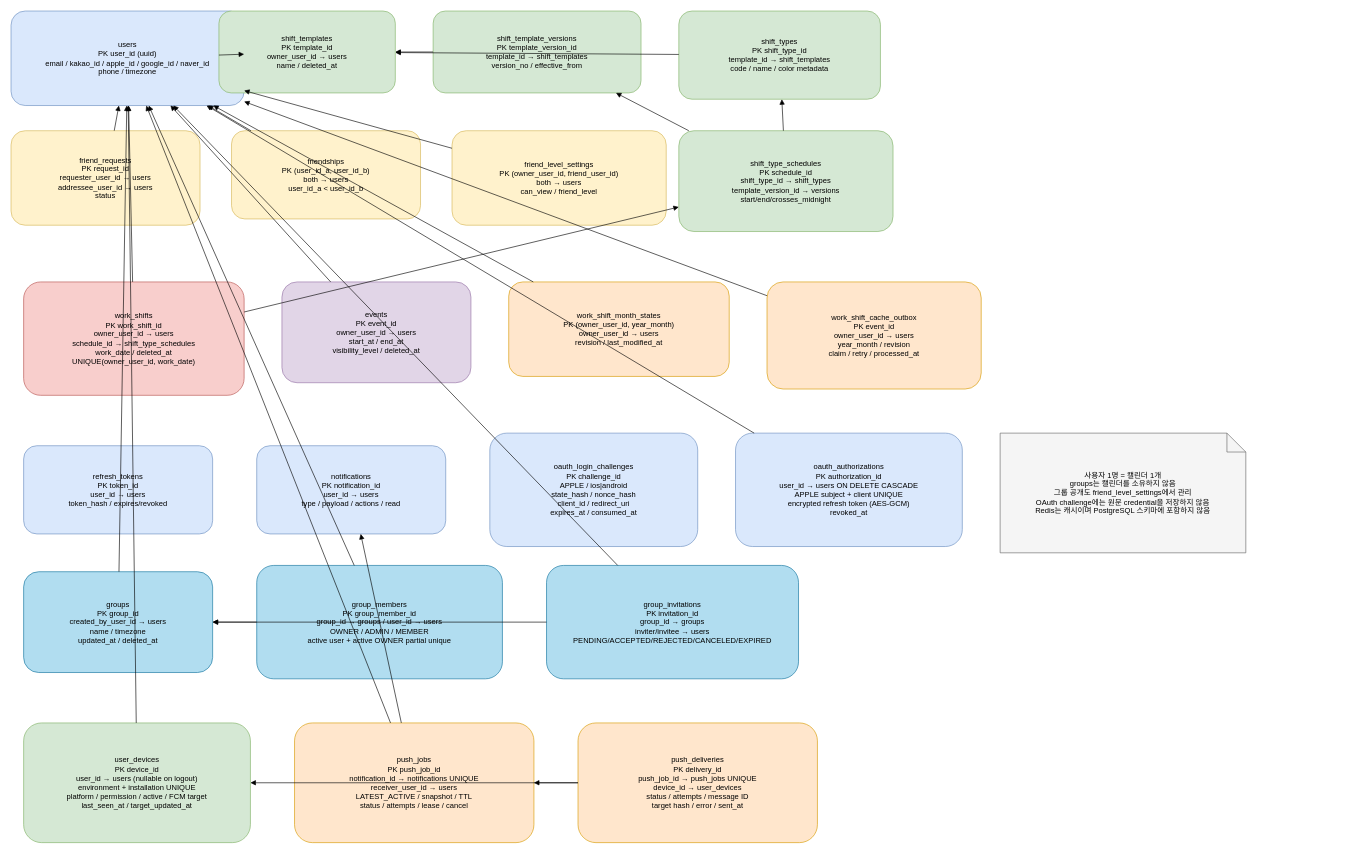
The draw.io diagram schema.drawio in hspark-1/shift_calendar_server, before the edit. Source tidied: cells renumbered, new cells numbered last; positions are measured from the earlier drawing's top-left corner, leaving out a move shared by most shapes. Both pictures are drawn from the tidied source at 63%, with x=0, y=0 at pixel (11, 11).
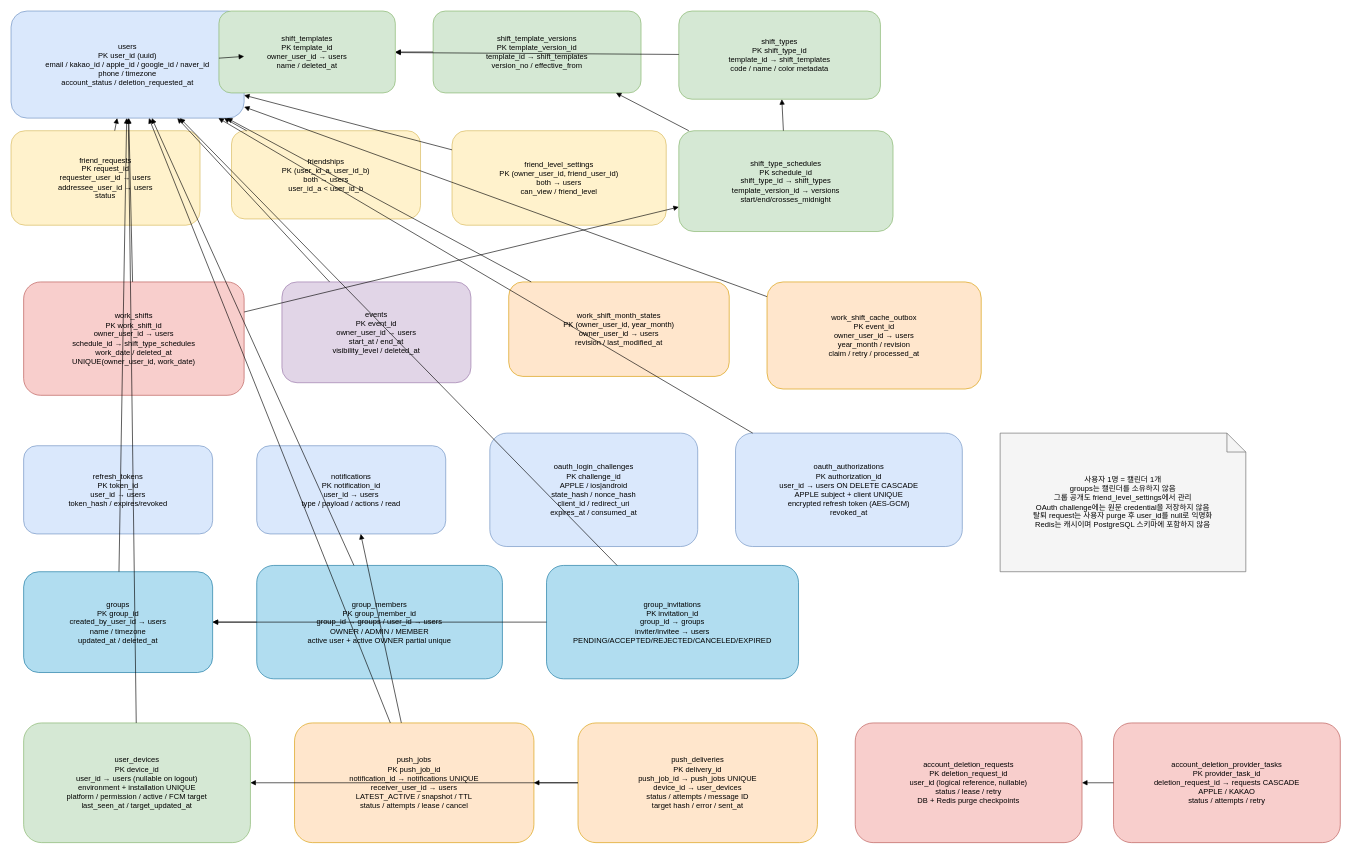
The same diagram, later.

The edit, as a diff of the source:
```diff
@@
-    <mxCell id="2" value="users&#10;PK user_id (uuid)&#10;email / kakao_id / apple_id / google_id / naver_id&#10;phone / timezone" style="rounded=1;whiteSpace=wrap;html=1;fillColor=#dae8fc;strokeColor=#6c8ebf;" parent="1" vertex="1">
-      <mxGeometry width="370" height="150" as="geometry" />
+    <mxCell id="2" value="users&#10;PK user_id (uuid)&#10;email / kakao_id / apple_id / google_id / naver_id&#10;phone / timezone&#10;account_status / deletion_requested_at" style="rounded=1;whiteSpace=wrap;html=1;fillColor=#dae8fc;strokeColor=#6c8ebf;" parent="1" vertex="1">
+      <mxGeometry width="370" height="170" as="geometry" />
     </mxCell>
@@
+    <mxCell id="49" value="account_deletion_requests&#10;PK deletion_request_id&#10;user_id (logical reference, nullable)&#10;status / lease / retry&#10;DB + Redis purge checkpoints" style="rounded=1;whiteSpace=wrap;html=1;fillColor=#f8cecc;strokeColor=#b85450;" parent="1" vertex="1">
+      <mxGeometry x="1340" y="1130" width="360" height="190" as="geometry" />
+    </mxCell>
+    <mxCell id="50" value="account_deletion_provider_tasks&#10;PK provider_task_id&#10;deletion_request_id → requests CASCADE&#10;APPLE / KAKAO&#10;status / attempts / retry" style="rounded=1;whiteSpace=wrap;html=1;fillColor=#f8cecc;strokeColor=#b85450;" parent="1" vertex="1">
+      <mxGeometry x="1750" y="1130" width="360" height="190" as="geometry" />
+    </mxCell>
-    <mxCell id="24" value="사용자 1명 = 캘린더 1개&#10;groups는 캘린더를 소유하지 않음&#10;그룹 공개도 friend_level_settings에서 관리&#10;OAuth challenge에는 원문 credential을 저장하지 않음&#10;Redis는 캐시이며 PostgreSQL 스키마에 포함하지 않음" style="shape=note;whiteSpace=wrap;html=1;fillColor=#f5f5f5;strokeColor=#666666;" parent="1" vertex="1">
-      <mxGeometry x="1570" y="670" width="390" height="190" as="geometry" />
+    <mxCell id="24" value="사용자 1명 = 캘린더 1개&#10;groups는 캘린더를 소유하지 않음&#10;그룹 공개도 friend_level_settings에서 관리&#10;OAuth challenge에는 원문 credential을 저장하지 않음&#10;탈퇴 request는 사용자 purge 후 user_id를 null로 익명화&#10;Redis는 캐시이며 PostgreSQL 스키마에 포함하지 않음" style="shape=note;whiteSpace=wrap;html=1;fillColor=#f5f5f5;strokeColor=#666666;" parent="1" vertex="1">
+      <mxGeometry x="1570" y="670" width="390" height="220" as="geometry" />
     </mxCell>
@@
+    <mxCell id="51" style="endArrow=block;html=1;" parent="1" edge="1" source="50" target="49">
+      <mxGeometry relative="1" as="geometry" />
+    </mxCell>
```
